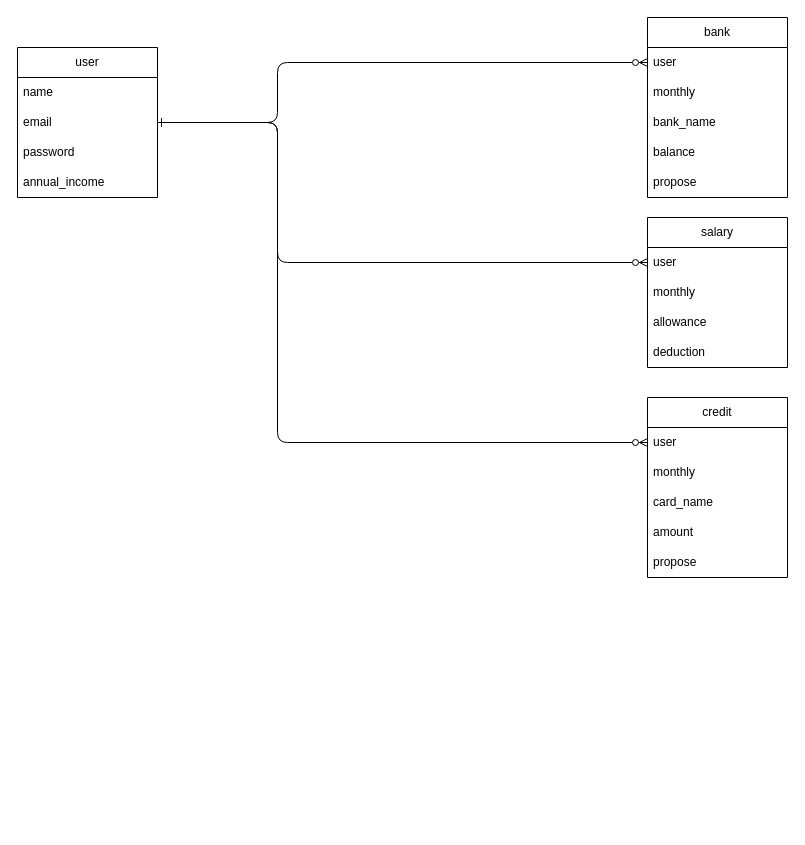
Above: home_abbp.dio in Yuya7124/home_abbp (draw.io), before the change. Source tidied: cells renumbered, new cells numbered last; positions are measured from the earlier drawing's top-left corner, leaving out a move shared by most shapes. Both pictures are drawn from the tidied source at 100%, with x=0, y=0 at pixel (17, 17).
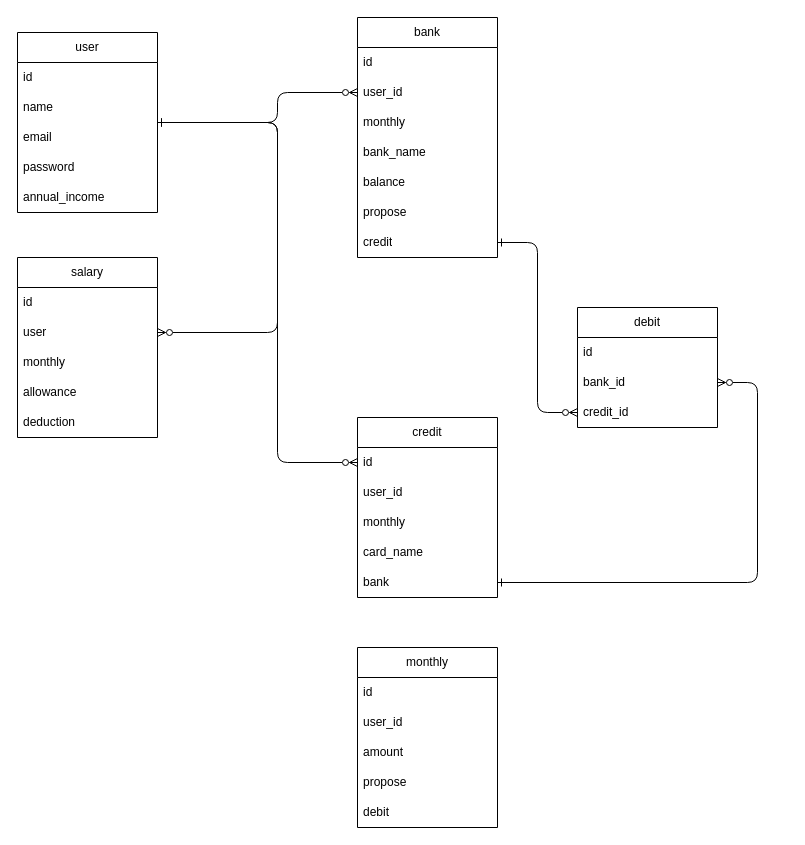
Above is the later version.

Change to the diagram source:
```diff
@@
     <mxCell id="2" value="user" style="swimlane;fontStyle=0;horizontal=1;startSize=30;whiteSpace=wrap;html=1;" parent="1" vertex="1">
-      <mxGeometry y="30" width="140" height="150" as="geometry" />
+      <mxGeometry y="15" width="140" height="180" as="geometry" />
     </mxCell>
-    <mxCell id="3" value="name" style="text;strokeColor=none;fillColor=none;align=left;verticalAlign=middle;spacingLeft=4;spacingRight=4;overflow=hidden;whiteSpace=wrap;html=1;" parent="2" vertex="1">
+    <mxCell id="3" value="id" style="text;strokeColor=none;fillColor=none;align=left;verticalAlign=middle;spacingLeft=4;spacingRight=4;overflow=hidden;whiteSpace=wrap;html=1;" parent="2" vertex="1">
       <mxGeometry y="30" width="140" height="30" as="geometry" />
     </mxCell>
+    <mxCell id="27" value="name" style="text;strokeColor=none;fillColor=none;align=left;verticalAlign=middle;spacingLeft=4;spacingRight=4;overflow=hidden;whiteSpace=wrap;html=1;" parent="2" vertex="1">
+      <mxGeometry y="60" width="140" height="30" as="geometry" />
+    </mxCell>
     <mxCell id="4" value="email" style="text;strokeColor=none;fillColor=none;align=left;verticalAlign=middle;spacingLeft=4;spacingRight=4;overflow=hidden;points=[[0,0.5],[1,0.5]];portConstraint=eastwest;whiteSpace=wrap;html=1;" parent="2" vertex="1">
-      <mxGeometry y="60" width="140" height="30" as="geometry" />
+      <mxGeometry y="90" width="140" height="30" as="geometry" />
     </mxCell>
     <mxCell id="5" value="password" style="text;strokeColor=none;fillColor=none;align=left;verticalAlign=middle;spacingLeft=4;spacingRight=4;overflow=hidden;whiteSpace=wrap;html=1;" parent="2" vertex="1">
-      <mxGeometry y="90" width="140" height="30" as="geometry" />
+      <mxGeometry y="120" width="140" height="30" as="geometry" />
     </mxCell>
     <mxCell id="6" value="annual_income" style="text;strokeColor=none;fillColor=none;align=left;verticalAlign=middle;spacingLeft=4;spacingRight=4;overflow=hidden;whiteSpace=wrap;html=1;" parent="2" vertex="1">
-      <mxGeometry y="120" width="140" height="30" as="geometry" />
+      <mxGeometry y="150" width="140" height="30" as="geometry" />
     </mxCell>
     <mxCell id="7" value="bank" style="swimlane;fontStyle=0;horizontal=1;startSize=30;whiteSpace=wrap;html=1;" parent="1" vertex="1">
-      <mxGeometry x="630" width="140" height="180" as="geometry" />
+      <mxGeometry x="340" width="140" height="240" as="geometry" />
     </mxCell>
+    <mxCell id="9" value="id" style="text;strokeColor=none;fillColor=none;align=left;verticalAlign=middle;spacingLeft=4;spacingRight=4;overflow=hidden;whiteSpace=wrap;html=1;" parent="7" vertex="1">
+      <mxGeometry y="30" width="140" height="30" as="geometry" />
+    </mxCell>
-    <mxCell id="8" value="user" style="text;strokeColor=none;fillColor=none;align=left;verticalAlign=middle;spacingLeft=4;spacingRight=4;overflow=hidden;points=[[0,0.5],[1,0.5]];portConstraint=eastwest;whiteSpace=wrap;html=1;" parent="7" vertex="1">
-      <mxGeometry y="30" width="140" height="30" as="geometry" />
+    <mxCell id="8" value="user_id" style="text;strokeColor=none;fillColor=none;align=left;verticalAlign=middle;spacingLeft=4;spacingRight=4;overflow=hidden;points=[[0,0.5],[1,0.5]];portConstraint=eastwest;whiteSpace=wrap;html=1;" parent="7" vertex="1">
+      <mxGeometry y="60" width="140" height="30" as="geometry" />
     </mxCell>
-    <mxCell id="9" value="monthly" style="text;strokeColor=none;fillColor=none;align=left;verticalAlign=middle;spacingLeft=4;spacingRight=4;overflow=hidden;whiteSpace=wrap;html=1;" parent="7" vertex="1">
-      <mxGeometry y="60" width="140" height="30" as="geometry" />
-    </mxCell>
+    <mxCell id="28" value="monthly" style="text;strokeColor=none;fillColor=none;align=left;verticalAlign=middle;spacingLeft=4;spacingRight=4;overflow=hidden;whiteSpace=wrap;html=1;" parent="7" vertex="1">
+      <mxGeometry y="90" width="140" height="30" as="geometry" />
+    </mxCell>
     <mxCell id="10" value="bank_name" style="text;strokeColor=none;fillColor=none;align=left;verticalAlign=middle;spacingLeft=4;spacingRight=4;overflow=hidden;whiteSpace=wrap;html=1;" parent="7" vertex="1">
-      <mxGeometry y="90" width="140" height="30" as="geometry" />
+      <mxGeometry y="120" width="140" height="30" as="geometry" />
     </mxCell>
     <mxCell id="11" value="balance" style="text;strokeColor=none;fillColor=none;align=left;verticalAlign=middle;spacingLeft=4;spacingRight=4;overflow=hidden;whiteSpace=wrap;html=1;" parent="7" vertex="1">
-      <mxGeometry y="120" width="140" height="30" as="geometry" />
+      <mxGeometry y="150" width="140" height="30" as="geometry" />
     </mxCell>
     <mxCell id="12" value="propose" style="text;strokeColor=none;fillColor=none;align=left;verticalAlign=middle;spacingLeft=4;spacingRight=4;overflow=hidden;whiteSpace=wrap;html=1;" parent="7" vertex="1">
-      <mxGeometry y="150" width="140" height="30" as="geometry" />
+      <mxGeometry y="180" width="140" height="30" as="geometry" />
     </mxCell>
+    <mxCell id="29" value="credit" style="text;strokeColor=none;fillColor=none;align=left;verticalAlign=middle;spacingLeft=4;spacingRight=4;overflow=hidden;points=[[0,0.5],[1,0.5]];portConstraint=eastwest;whiteSpace=wrap;html=1;" parent="7" vertex="1">
+      <mxGeometry y="210" width="140" height="30" as="geometry" />
+    </mxCell>
     <mxCell id="13" value="salary" style="swimlane;fontStyle=0;horizontal=1;startSize=30;whiteSpace=wrap;html=1;" parent="1" vertex="1">
-      <mxGeometry x="630" y="200" width="140" height="150" as="geometry" />
+      <mxGeometry y="240" width="140" height="180" as="geometry" />
     </mxCell>
+    <mxCell id="30" value="id" style="text;strokeColor=none;fillColor=none;align=left;verticalAlign=middle;spacingLeft=4;spacingRight=4;overflow=hidden;whiteSpace=wrap;html=1;" parent="13" vertex="1">
+      <mxGeometry y="30" width="140" height="30" as="geometry" />
+    </mxCell>
     <mxCell id="14" value="user" style="text;strokeColor=none;fillColor=none;align=left;verticalAlign=middle;spacingLeft=4;spacingRight=4;overflow=hidden;points=[[0,0.5],[1,0.5]];portConstraint=eastwest;whiteSpace=wrap;html=1;" parent="13" vertex="1">
-      <mxGeometry y="30" width="140" height="30" as="geometry" />
+      <mxGeometry y="60" width="140" height="30" as="geometry" />
     </mxCell>
     <mxCell id="15" value="monthly" style="text;strokeColor=none;fillColor=none;align=left;verticalAlign=middle;spacingLeft=4;spacingRight=4;overflow=hidden;whiteSpace=wrap;html=1;" parent="13" vertex="1">
-      <mxGeometry y="60" width="140" height="30" as="geometry" />
+      <mxGeometry y="90" width="140" height="30" as="geometry" />
     </mxCell>
     <mxCell id="16" value="allowance" style="text;strokeColor=none;fillColor=none;align=left;verticalAlign=middle;spacingLeft=4;spacingRight=4;overflow=hidden;whiteSpace=wrap;html=1;" parent="13" vertex="1">
-      <mxGeometry y="90" width="140" height="30" as="geometry" />
+      <mxGeometry y="120" width="140" height="30" as="geometry" />
     </mxCell>
     <mxCell id="17" value="deduction" style="text;strokeColor=none;fillColor=none;align=left;verticalAlign=middle;spacingLeft=4;spacingRight=4;overflow=hidden;whiteSpace=wrap;html=1;" parent="13" vertex="1">
-      <mxGeometry y="120" width="140" height="30" as="geometry" />
+      <mxGeometry y="150" width="140" height="30" as="geometry" />
     </mxCell>
     <mxCell id="18" value="credit" style="swimlane;fontStyle=0;horizontal=1;startSize=30;whiteSpace=wrap;html=1;" parent="1" vertex="1">
-      <mxGeometry x="630" y="380" width="140" height="180" as="geometry" />
+      <mxGeometry x="340" y="400" width="140" height="180" as="geometry" />
     </mxCell>
-    <mxCell id="19" value="user" style="text;strokeColor=none;fillColor=none;align=left;verticalAlign=middle;spacingLeft=4;spacingRight=4;overflow=hidden;points=[[0,0.5],[1,0.5]];portConstraint=eastwest;whiteSpace=wrap;html=1;" parent="18" vertex="1">
+    <mxCell id="19" value="id" style="text;strokeColor=none;fillColor=none;align=left;verticalAlign=middle;spacingLeft=4;spacingRight=4;overflow=hidden;points=[[0,0.5],[1,0.5]];portConstraint=eastwest;whiteSpace=wrap;html=1;" parent="18" vertex="1">
       <mxGeometry y="30" width="140" height="30" as="geometry" />
     </mxCell>
+    <mxCell id="31" value="user_id" style="text;strokeColor=none;fillColor=none;align=left;verticalAlign=middle;spacingLeft=4;spacingRight=4;overflow=hidden;whiteSpace=wrap;html=1;" parent="18" vertex="1">
+      <mxGeometry y="60" width="140" height="30" as="geometry" />
+    </mxCell>
     <mxCell id="20" value="monthly" style="text;strokeColor=none;fillColor=none;align=left;verticalAlign=middle;spacingLeft=4;spacingRight=4;overflow=hidden;whiteSpace=wrap;html=1;" parent="18" vertex="1">
-      <mxGeometry y="60" width="140" height="30" as="geometry" />
+      <mxGeometry y="90" width="140" height="30" as="geometry" />
     </mxCell>
     <mxCell id="21" value="card_name" style="text;strokeColor=none;fillColor=none;align=left;verticalAlign=middle;spacingLeft=4;spacingRight=4;overflow=hidden;whiteSpace=wrap;html=1;" parent="18" vertex="1">
-      <mxGeometry y="90" width="140" height="30" as="geometry" />
+      <mxGeometry y="120" width="140" height="30" as="geometry" />
     </mxCell>
-    <mxCell id="22" value="amount" style="text;strokeColor=none;fillColor=none;align=left;verticalAlign=middle;spacingLeft=4;spacingRight=4;overflow=hidden;whiteSpace=wrap;html=1;" parent="18" vertex="1">
-      <mxGeometry y="120" width="140" height="30" as="geometry" />
-    </mxCell>
-    <mxCell id="23" value="propose" style="text;strokeColor=none;fillColor=none;align=left;verticalAlign=middle;spacingLeft=4;spacingRight=4;overflow=hidden;whiteSpace=wrap;html=1;" parent="18" vertex="1">
-      <mxGeometry y="150" width="140" height="30" as="geometry" />
-    </mxCell>
+    <mxCell id="32" value="bank" style="text;strokeColor=none;fillColor=none;align=left;verticalAlign=middle;spacingLeft=4;spacingRight=4;overflow=hidden;points=[[0,0.5],[1,0.5]];portConstraint=eastwest;whiteSpace=wrap;html=1;" parent="18" vertex="1">
+      <mxGeometry y="150" width="140" height="30" as="geometry" />
+    </mxCell>
-    <mxCell id="24" style="edgeStyle=none;html=1;entryX=1;entryY=0.5;entryDx=0;entryDy=0;startArrow=ERzeroToMany;startFill=0;endArrow=ERone;endFill=0;" parent="1" edge="1" source="8" target="4">
+    <mxCell id="24" style="edgeStyle=none;html=1;startArrow=ERzeroToMany;startFill=0;endArrow=ERone;endFill=0;" parent="1" edge="1" source="8" target="2">
       <mxGeometry relative="1" as="geometry">
         <Array as="points">
-          <mxPoint x="260" y="45" />
+          <mxPoint x="260" y="75" />
           <mxPoint x="260" y="105" />
         </Array>
       </mxGeometry>
     </mxCell>
     <mxCell id="25" style="edgeStyle=none;html=1;startArrow=ERzeroToMany;startFill=0;endArrow=ERone;endFill=0;" parent="1" edge="1" source="14" target="2">
       <mxGeometry relative="1" as="geometry">
         <Array as="points">
+          <mxPoint x="260" y="315" />
           <mxPoint x="260" y="245" />
           <mxPoint x="260" y="105" />
         </Array>
       </mxGeometry>
     </mxCell>
     <mxCell id="26" style="edgeStyle=none;html=1;startArrow=ERzeroToMany;startFill=0;endArrow=ERone;endFill=0;" parent="1" edge="1" source="19" target="2">
       <mxGeometry relative="1" as="geometry">
         <Array as="points">
-          <mxPoint x="260" y="425" />
+          <mxPoint x="260" y="445" />
           <mxPoint x="260" y="105" />
         </Array>
       </mxGeometry>
     </mxCell>
+    <mxCell id="33" value="debit" style="swimlane;fontStyle=0;horizontal=1;startSize=30;whiteSpace=wrap;html=1;" parent="1" vertex="1">
+      <mxGeometry x="560" y="290" width="140" height="120" as="geometry" />
+    </mxCell>
+    <mxCell id="34" value="id" style="text;strokeColor=none;fillColor=none;align=left;verticalAlign=middle;spacingLeft=4;spacingRight=4;overflow=hidden;whiteSpace=wrap;html=1;" parent="33" vertex="1">
+      <mxGeometry y="30" width="140" height="30" as="geometry" />
+    </mxCell>
+    <mxCell id="35" value="bank_id" style="text;strokeColor=none;fillColor=none;align=left;verticalAlign=middle;spacingLeft=4;spacingRight=4;overflow=hidden;points=[[0,0.5],[1,0.5]];portConstraint=eastwest;whiteSpace=wrap;html=1;" parent="33" vertex="1">
+      <mxGeometry y="60" width="140" height="30" as="geometry" />
+    </mxCell>
+    <mxCell id="36" value="credit_id" style="text;strokeColor=none;fillColor=none;align=left;verticalAlign=middle;spacingLeft=4;spacingRight=4;overflow=hidden;points=[[0,0.5],[1,0.5]];portConstraint=eastwest;whiteSpace=wrap;html=1;" parent="33" vertex="1">
+      <mxGeometry y="90" width="140" height="30" as="geometry" />
+    </mxCell>
+    <mxCell id="37" style="edgeStyle=none;html=1;entryX=1;entryY=0.5;entryDx=0;entryDy=0;endArrow=ERzeroToMany;endFill=0;startArrow=ERone;startFill=0;exitX=1;exitY=0.5;exitDx=0;exitDy=0;" parent="1" edge="1" source="32" target="35">
+      <mxGeometry relative="1" as="geometry">
+        <Array as="points">
+          <mxPoint x="740" y="565" />
+          <mxPoint x="740" y="365" />
+        </Array>
+      </mxGeometry>
+    </mxCell>
+    <mxCell id="38" style="edgeStyle=none;html=1;endArrow=ERzeroToMany;endFill=0;startArrow=ERone;startFill=0;entryX=0;entryY=0.5;entryDx=0;entryDy=0;exitX=1;exitY=0.5;exitDx=0;exitDy=0;" parent="1" edge="1" source="29" target="36">
+      <mxGeometry relative="1" as="geometry">
+        <Array as="points">
+          <mxPoint x="520" y="225" />
+          <mxPoint x="520" y="395" />
+        </Array>
+      </mxGeometry>
+    </mxCell>
+    <mxCell id="39" value="monthly" style="swimlane;fontStyle=0;horizontal=1;startSize=30;whiteSpace=wrap;html=1;" parent="1" vertex="1">
+      <mxGeometry x="340" y="630" width="140" height="180" as="geometry" />
+    </mxCell>
+    <mxCell id="40" value="id" style="text;strokeColor=none;fillColor=none;align=left;verticalAlign=middle;spacingLeft=4;spacingRight=4;overflow=hidden;whiteSpace=wrap;html=1;" parent="39" vertex="1">
+      <mxGeometry y="30" width="140" height="30" as="geometry" />
+    </mxCell>
+    <mxCell id="41" value="user_id" style="text;strokeColor=none;fillColor=none;align=left;verticalAlign=middle;spacingLeft=4;spacingRight=4;overflow=hidden;whiteSpace=wrap;html=1;" parent="39" vertex="1">
+      <mxGeometry y="60" width="140" height="30" as="geometry" />
+    </mxCell>
+    <mxCell id="22" value="amount" style="text;strokeColor=none;fillColor=none;align=left;verticalAlign=middle;spacingLeft=4;spacingRight=4;overflow=hidden;whiteSpace=wrap;html=1;" parent="39" vertex="1">
+      <mxGeometry y="90" width="140" height="30" as="geometry" />
+    </mxCell>
+    <mxCell id="23" value="propose" style="text;strokeColor=none;fillColor=none;align=left;verticalAlign=middle;spacingLeft=4;spacingRight=4;overflow=hidden;whiteSpace=wrap;html=1;" parent="39" vertex="1">
+      <mxGeometry y="120" width="140" height="30" as="geometry" />
+    </mxCell>
+    <mxCell id="42" value="debit" style="text;strokeColor=none;fillColor=none;align=left;verticalAlign=middle;spacingLeft=4;spacingRight=4;overflow=hidden;whiteSpace=wrap;html=1;" parent="39" vertex="1">
+      <mxGeometry y="150" width="140" height="30" as="geometry" />
+    </mxCell>
```
